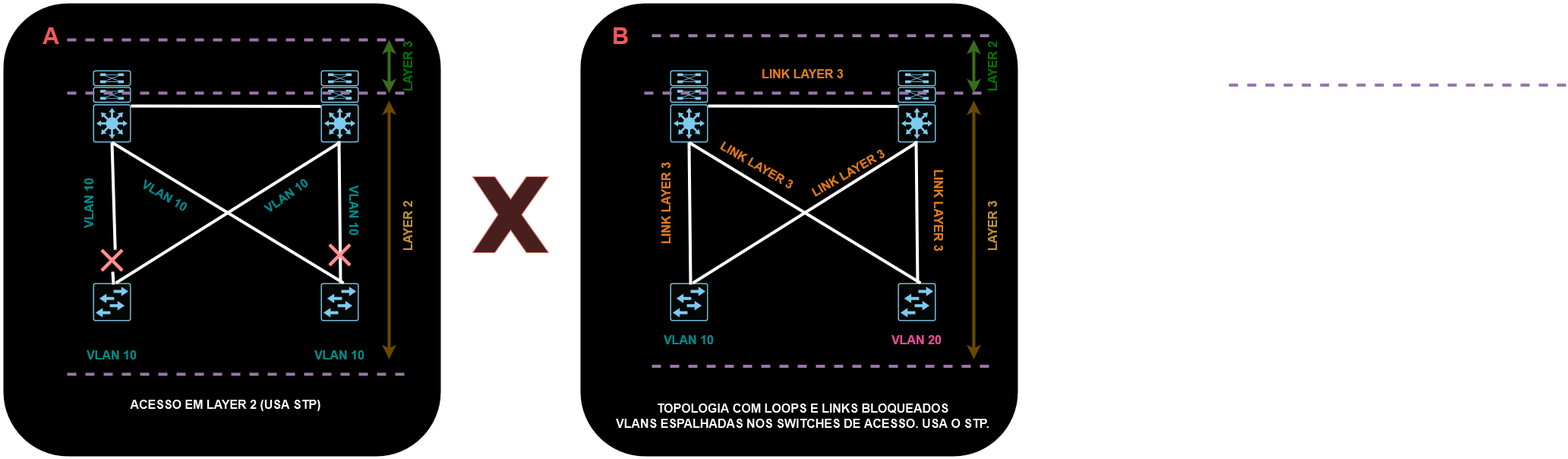
Before: CCNP 350-401 ENCOR/01 - Architecture/03 - Modelo Hierárquico/03 - Camada de Acesso Layer 2 x Layer 3/Imagens/acesso2.png, a diagram exported from draw.io (alcancil/Cisco). Source tidied: cells renumbered, new cells last; positions are measured from the earlier drawing's top-left corner, leaving out a move shared by most shapes.
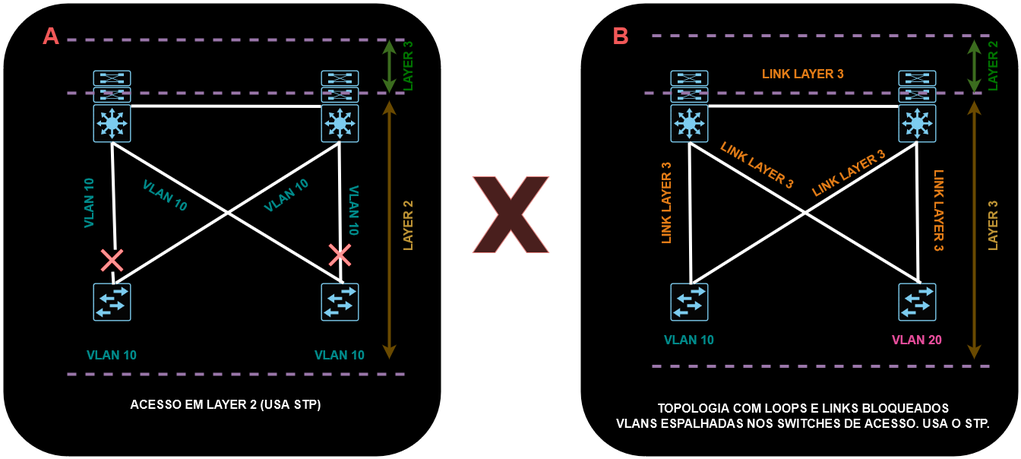
Later version of the same file.

Commit message:
Adicionado a pasta 03 - Camada de Acesso Layer 2 x Layer 3

Diff of the diagram source:
```diff
@@ -198,12 +198,6 @@
         <mxPoint x="840" y="120" as="targetPoint" />
       </mxGeometry>
     </mxCell>
-    <mxCell id="52" style="endArrow=none;html=1;rounded=0;dashed=1;strokeWidth=4;fillColor=#e1d5e7;strokeColor=#9673a6;" parent="1" edge="1">
-      <mxGeometry relative="1" as="geometry">
-        <mxPoint x="2060" y="109.5" as="sourcePoint" />
-        <mxPoint x="1610" y="109.5" as="targetPoint" />
-      </mxGeometry>
-    </mxCell>
     <mxCell id="53" style="endArrow=none;html=1;rounded=0;dashed=1;strokeWidth=4;fillColor=#e1d5e7;strokeColor=#9673a6;" parent="1" edge="1">
       <mxGeometry relative="1" as="geometry">
         <mxPoint x="1300" y="479.5" as="sourcePoint" />
```
